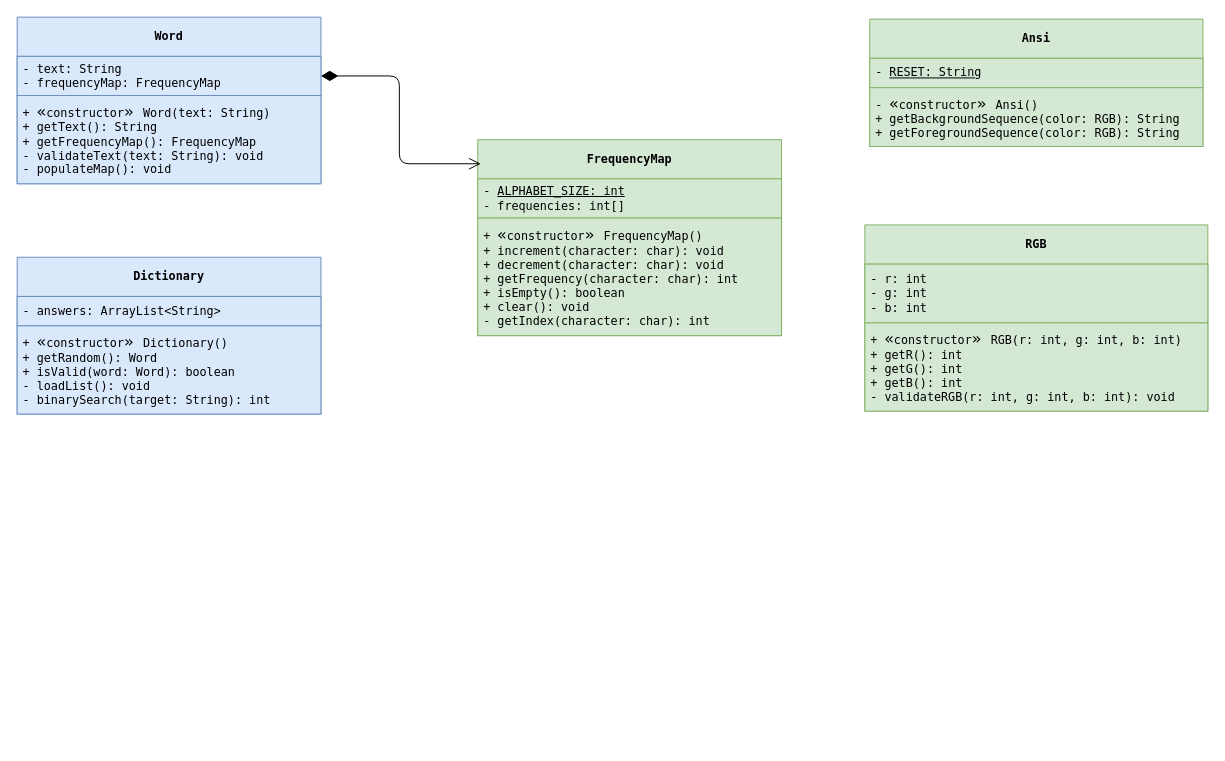
Above: assets/wordle-class-diagram.drawio in actuallyhollow/basic-wordle-java (draw.io), before the change. Source tidied: cells renumbered, new cells numbered last; positions are measured from the earlier drawing's top-left corner, leaving out a move shared by most shapes. Both pictures are drawn from the tidied source at 98%, with x=0, y=0 at pixel (17, 17).
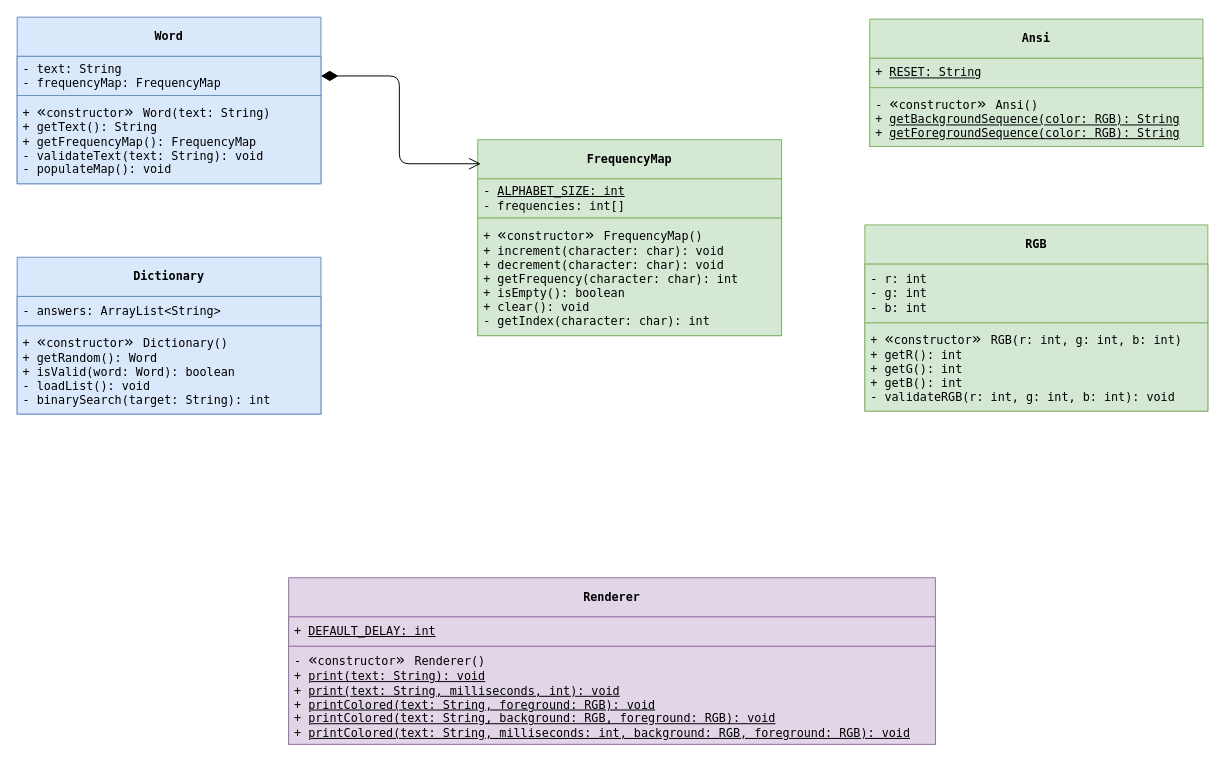
The same diagram, later.

Commit message (it also covers changes not shown here):
docs: update README and UML for Renderer

* Add Renderer, its test suite, and System Lambda to README file tree.
* Fix WordTest identifier in README file tree.
* Update project status to reflect View layer development.
* Expand UML class diagram to detail Renderer architecture.
* Correct Ansi UML to reflect public RESET field and static methods.
* Export new SVG image to ensure visual assets reflect latest changes.

Unchanged cells that the change refers to:
```xml
<mxCell id="15" value="&lt;div&gt;&lt;span style=&quot;background-color: transparent;&quot;&gt;&lt;font style=&quot;&quot; face=&quot;Menlo, Monaco, 'Courier New', monospace&quot;&gt;Ansi&lt;/font&gt;&lt;/span&gt;&lt;/div&gt;" style="swimlane;fontStyle=1;align=center;verticalAlign=middle;horizontal=1;startSize=40;whiteSpace=wrap;html=1;fillColor=#d5e8d4;strokeColor=#82b366;fontColor=light-dark(#000000,#FFFFFF);" parent="1" vertex="1">
  <mxGeometry x="870" y="2" width="340" height="130" as="geometry" />
</mxCell>
```

What changed in the source:
```diff
@@
-    <mxCell id="16" value="&lt;div&gt;&lt;font face=&quot;Menlo, Monaco, 'Courier New', monospace&quot;&gt;- &lt;u&gt;RESET: String&lt;/u&gt;&lt;/font&gt;&lt;/div&gt;" style="text;align=left;verticalAlign=middle;spacingLeft=4;spacingRight=4;overflow=hidden;whiteSpace=wrap;html=1;fillColor=#d5e8d4;strokeColor=#82b366;" parent="15" vertex="1">
+    <mxCell id="16" value="&lt;div&gt;&lt;font face=&quot;Menlo, Monaco, 'Courier New', monospace&quot;&gt;+ &lt;u&gt;RESET: String&lt;/u&gt;&lt;/font&gt;&lt;/div&gt;" style="text;align=left;verticalAlign=middle;spacingLeft=4;spacingRight=4;overflow=hidden;whiteSpace=wrap;html=1;fillColor=#d5e8d4;strokeColor=#82b366;" parent="15" vertex="1">
       <mxGeometry y="40" width="340" height="30" as="geometry" />
     </mxCell>
-    <mxCell id="17" value="&lt;div&gt;-&amp;nbsp;&lt;span style=&quot;background-color: transparent; scrollbar-color: rgb(75, 75, 75) rgb(27, 29, 30); font-size: medium; caret-color: rgb(0, 0, 0);&quot;&gt;«&lt;/span&gt;&lt;span style=&quot;background-color: transparent; scrollbar-color: rgb(75, 75, 75) rgb(27, 29, 30); text-align: center;&quot;&gt;constructor&lt;/span&gt;&lt;span style=&quot;background-color: transparent; scrollbar-color: rgb(75, 75, 75) rgb(27, 29, 30); font-size: medium; caret-color: rgb(0, 0, 0);&quot;&gt;&lt;font face=&quot;Menlo, Monaco, 'Courier New', monospace&quot;&gt;»&amp;nbsp;&lt;/font&gt;&lt;/span&gt;&lt;span style=&quot;background-color: transparent;&quot;&gt;Ansi()&lt;/span&gt;&lt;/div&gt;&lt;div&gt;&lt;span style=&quot;background-color: transparent;&quot;&gt;+ getBackgroundSequence(color: RGB): String&lt;/span&gt;&lt;/div&gt;&lt;div&gt;&lt;div style=&quot;scrollbar-color: rgb(75, 75, 75) rgb(27, 29, 30);&quot;&gt;&lt;div style=&quot;scrollbar-color: rgb(75, 75, 75) rgb(27, 29, 30);&quot;&gt;&lt;span style=&quot;scrollbar-color: rgb(75, 75, 75) rgb(27, 29, 30); background-color: transparent;&quot;&gt;+ getForegroundSequence(color: RGB): String&lt;/span&gt;&lt;/div&gt;&lt;div style=&quot;scrollbar-color: rgb(75, 75, 75) rgb(27, 29, 30);&quot;&gt;&lt;/div&gt;&lt;/div&gt;&lt;/div&gt;" style="text;align=left;verticalAlign=middle;spacingLeft=4;spacingRight=4;overflow=hidden;whiteSpace=wrap;html=1;fontFamily=Menlo, Monaco, 'Courier New', monospace;fillColor=#d5e8d4;strokeColor=#82b366;fontColor=light-dark(#000000,#FFFFFF);" parent="15" vertex="1">
+    <mxCell id="17" value="&lt;div&gt;-&amp;nbsp;&lt;span style=&quot;background-color: transparent; scrollbar-color: rgb(75, 75, 75) rgb(27, 29, 30); font-size: medium; caret-color: rgb(0, 0, 0);&quot;&gt;«&lt;/span&gt;&lt;span style=&quot;background-color: transparent; scrollbar-color: rgb(75, 75, 75) rgb(27, 29, 30); text-align: center;&quot;&gt;constructor&lt;/span&gt;&lt;span style=&quot;background-color: transparent; scrollbar-color: rgb(75, 75, 75) rgb(27, 29, 30); font-size: medium; caret-color: rgb(0, 0, 0);&quot;&gt;&lt;font face=&quot;Menlo, Monaco, 'Courier New', monospace&quot;&gt;»&amp;nbsp;&lt;/font&gt;&lt;/span&gt;&lt;span style=&quot;background-color: transparent;&quot;&gt;Ansi()&lt;/span&gt;&lt;/div&gt;&lt;div&gt;&lt;span style=&quot;background-color: transparent;&quot;&gt;+ &lt;u&gt;getBackgroundSequence(color: RGB): String&lt;/u&gt;&lt;/span&gt;&lt;/div&gt;&lt;div&gt;&lt;div style=&quot;scrollbar-color: rgb(75, 75, 75) rgb(27, 29, 30);&quot;&gt;&lt;div style=&quot;scrollbar-color: rgb(75, 75, 75) rgb(27, 29, 30);&quot;&gt;&lt;span style=&quot;scrollbar-color: rgb(75, 75, 75) rgb(27, 29, 30); background-color: transparent;&quot;&gt;+ &lt;u&gt;getForegroundSequence(color: RGB): String&lt;/u&gt;&lt;/span&gt;&lt;/div&gt;&lt;div style=&quot;scrollbar-color: rgb(75, 75, 75) rgb(27, 29, 30);&quot;&gt;&lt;/div&gt;&lt;/div&gt;&lt;/div&gt;" style="text;align=left;verticalAlign=middle;spacingLeft=4;spacingRight=4;overflow=hidden;whiteSpace=wrap;html=1;fontFamily=Menlo, Monaco, 'Courier New', monospace;fillColor=#d5e8d4;strokeColor=#82b366;fontColor=light-dark(#000000,#FFFFFF);" parent="15" vertex="1">
       <mxGeometry y="70" width="340" height="60" as="geometry" />
     </mxCell>
+    <mxCell id="18" value="&lt;div&gt;&lt;span style=&quot;background-color: transparent;&quot;&gt;&lt;font style=&quot;&quot; face=&quot;Menlo, Monaco, 'Courier New', monospace&quot;&gt;Renderer&lt;/font&gt;&lt;/span&gt;&lt;/div&gt;" style="swimlane;fontStyle=1;align=center;verticalAlign=middle;horizontal=1;startSize=40;whiteSpace=wrap;html=1;fillColor=#e1d5e7;strokeColor=#9673a6;" parent="1" vertex="1">
+      <mxGeometry x="277" y="572" width="660" height="170" as="geometry" />
+    </mxCell>
+    <mxCell id="19" value="&lt;div&gt;&lt;font face=&quot;Menlo, Monaco, 'Courier New', monospace&quot;&gt;+&amp;nbsp;&lt;u&gt;DEFAULT_DELAY: int&lt;/u&gt;&lt;/font&gt;&lt;/div&gt;" style="text;align=left;verticalAlign=middle;spacingLeft=4;spacingRight=4;overflow=hidden;whiteSpace=wrap;html=1;fillColor=#e1d5e7;strokeColor=#9673a6;" parent="18" vertex="1">
+      <mxGeometry y="40" width="660" height="30" as="geometry" />
+    </mxCell>
+    <mxCell id="20" value="&lt;div&gt;-&amp;nbsp;&lt;span style=&quot;background-color: transparent; scrollbar-color: rgb(75, 75, 75) rgb(27, 29, 30); font-size: medium; caret-color: rgb(0, 0, 0);&quot;&gt;«&lt;/span&gt;&lt;span style=&quot;background-color: transparent; scrollbar-color: rgb(75, 75, 75) rgb(27, 29, 30); text-align: center;&quot;&gt;constructor&lt;/span&gt;&lt;span style=&quot;background-color: transparent; scrollbar-color: rgb(75, 75, 75) rgb(27, 29, 30); font-size: medium; caret-color: rgb(0, 0, 0);&quot;&gt;&lt;font face=&quot;Menlo, Monaco, 'Courier New', monospace&quot;&gt;»&amp;nbsp;&lt;/font&gt;&lt;/span&gt;&lt;span style=&quot;background-color: transparent;&quot;&gt;Renderer()&lt;/span&gt;&lt;/div&gt;&lt;div&gt;&lt;span style=&quot;background-color: transparent;&quot;&gt;+ &lt;u&gt;print(text: String): void&lt;/u&gt;&lt;/span&gt;&lt;/div&gt;&lt;div&gt;&lt;span style=&quot;background-color: transparent;&quot;&gt;+ &lt;u&gt;print(text: String, milliseconds, int): void&lt;/u&gt;&lt;/span&gt;&lt;/div&gt;&lt;div&gt;&lt;span style=&quot;background-color: transparent;&quot;&gt;+ &lt;u&gt;printColored(text: String, foreground: RGB): void&lt;/u&gt;&lt;/span&gt;&lt;/div&gt;&lt;div&gt;&lt;span style=&quot;background-color: transparent;&quot;&gt;+ &lt;u&gt;printColored(text: String, background: RGB, foreground: RGB): void&lt;/u&gt;&lt;/span&gt;&lt;/div&gt;&lt;div&gt;&lt;span style=&quot;background-color: transparent;&quot;&gt;+ &lt;u&gt;printColored(text: String, milliseconds: int, background: RGB, foreground: RGB): void&lt;/u&gt;&lt;/span&gt;&lt;/div&gt;&lt;div&gt;&lt;div style=&quot;scrollbar-color: rgb(75, 75, 75) rgb(27, 29, 30);&quot;&gt;&lt;div style=&quot;scrollbar-color: rgb(75, 75, 75) rgb(27, 29, 30);&quot;&gt;&lt;/div&gt;&lt;/div&gt;&lt;/div&gt;" style="text;align=left;verticalAlign=middle;spacingLeft=4;spacingRight=4;overflow=hidden;whiteSpace=wrap;html=1;fontFamily=Menlo, Monaco, 'Courier New', monospace;fillColor=#e1d5e7;strokeColor=#9673a6;" parent="18" vertex="1">
+      <mxGeometry y="70" width="660" height="100" as="geometry" />
+    </mxCell>
```
